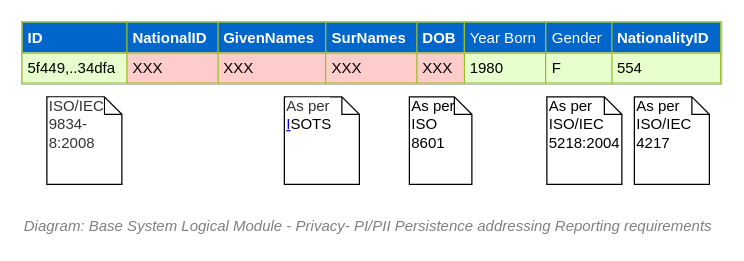
Before: 22.Privacy View/Privacy View - Databases - Encrypted Columns (PII).drawio in skysgh/System.Design.Resources.Service, a draw.io diagram. Source tidied: cells renumbered, new cells numbered last; positions are measured from the earlier drawing's top-left corner, leaving out a move shared by most shapes. Both pictures are drawn from the tidied source at 125%, with x=0, y=0 at pixel (21, 21).
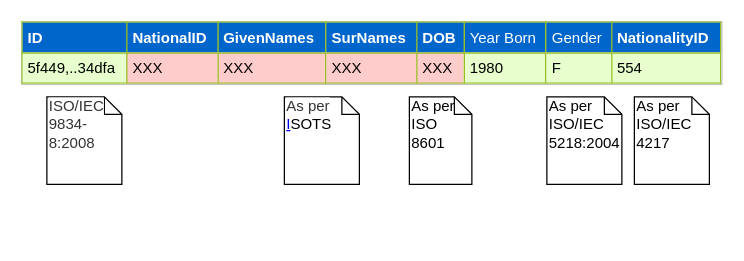
The same diagram, later.

Change to the diagram source:
```diff
@@
 <mxGraphModel>
   <root>
     <mxCell id="0" />
     <mxCell id="1" parent="0" />
     <mxCell id="2" value="&lt;table border=&quot;1&quot; width=&quot;100%&quot; cellpadding=&quot;4&quot; style=&quot;width: 100% ; height: 100% ; border-collapse: collapse&quot;&gt;&lt;tbody&gt;&lt;tr style=&quot;background-color: #a7c942 ; color: #ffffff ; border: 1px solid #98bf21&quot;&gt;&lt;th align=&quot;left&quot; style=&quot;background-color: rgb(0 , 102 , 204)&quot;&gt;ID&lt;/th&gt;&lt;td style=&quot;background-color: rgb(0 , 102 , 204)&quot;&gt;&lt;b&gt;NationalID&lt;/b&gt;&lt;/td&gt;&lt;th align=&quot;left&quot; style=&quot;background-color: rgb(0 , 102 , 204)&quot;&gt;GivenNames&lt;/th&gt;&lt;th align=&quot;left&quot; style=&quot;background-color: rgb(0 , 102 , 204)&quot;&gt;SurNames&lt;/th&gt;&lt;td style=&quot;background-color: rgb(0 , 102 , 204)&quot;&gt;&lt;b&gt;DOB&lt;/b&gt;&lt;/td&gt;&lt;td style=&quot;background-color: rgb(0 , 102 , 204)&quot;&gt;Year Born&lt;/td&gt;&lt;td style=&quot;background-color: rgb(0 , 102 , 204)&quot;&gt;Gender&lt;/td&gt;&lt;td style=&quot;background-color: rgb(0 , 102 , 204)&quot;&gt;&lt;b&gt;NationalityID&lt;/b&gt;&lt;/td&gt;&lt;/tr&gt;&lt;tr style=&quot;border: 1px solid #98bf21&quot;&gt;&lt;td style=&quot;background-color: rgb(230 , 255 , 204)&quot;&gt;5f449,..34dfa&lt;/td&gt;&lt;td style=&quot;background-color: rgb(255 , 204 , 204)&quot;&gt;XXX&lt;/td&gt;&lt;td style=&quot;background-color: rgb(255 , 204 , 204)&quot;&gt;XXX&lt;/td&gt;&lt;td style=&quot;background-color: rgb(255 , 204 , 204)&quot;&gt;XXX&lt;/td&gt;&lt;td style=&quot;background-color: rgb(255 , 204 , 204)&quot;&gt;XXX&lt;/td&gt;&lt;td style=&quot;background-color: rgb(230 , 255 , 204)&quot;&gt;1980&lt;/td&gt;&lt;td style=&quot;background-color: rgb(230 , 255 , 204)&quot;&gt;F&lt;/td&gt;&lt;td style=&quot;background-color: rgb(230 , 255 , 204)&quot;&gt;554&lt;/td&gt;&lt;/tr&gt;&lt;/tbody&gt;&lt;/table&gt;" style="text;html=1;strokeColor=#c0c0c0;fillColor=#ffffff;overflow=fill;rounded=0;" parent="1" vertex="1">
       <mxGeometry width="560" height="50" as="geometry" />
     </mxCell>
     <mxCell id="3" value="As per ISO/IEC 5218:2004" style="shape=note;whiteSpace=wrap;html=1;size=14;verticalAlign=top;align=left;spacingTop=-6;fillColor=none;" parent="1" vertex="1">
       <mxGeometry x="420" y="60" width="60" height="70" as="geometry" />
     </mxCell>
     <mxCell id="4" value="As per ISO/IEC&amp;nbsp;&lt;br&gt;4217&amp;nbsp;" style="shape=note;whiteSpace=wrap;html=1;size=14;verticalAlign=top;align=left;spacingTop=-6;fillColor=none;" parent="1" vertex="1">
       <mxGeometry x="490" y="60" width="60" height="70" as="geometry" />
     </mxCell>
     <mxCell id="5" value="As per ISO&lt;br&gt;8601" style="shape=note;whiteSpace=wrap;html=1;size=14;verticalAlign=top;align=left;spacingTop=-6;fillColor=none;" parent="1" vertex="1">
       <mxGeometry x="310" y="60" width="50" height="70" as="geometry" />
     </mxCell>
     <mxCell id="6" value="&lt;span style=&quot;color: rgb(51 , 51 , 51) ; background-color: rgb(255 , 255 , 255)&quot;&gt;&lt;font style=&quot;font-size: 12px&quot;&gt;ISO/IEC 9834-8:2008&lt;/font&gt;&lt;/span&gt;" style="shape=note;whiteSpace=wrap;html=1;size=14;verticalAlign=top;align=left;spacingTop=-6;fillColor=none;" parent="1" vertex="1">
       <mxGeometry x="20" y="60" width="60" height="70" as="geometry" />
     </mxCell>
     <mxCell id="7" value="&lt;span style=&quot;color: rgb(51 , 51 , 51) ; background-color: rgb(255 , 255 , 255)&quot;&gt;&lt;font style=&quot;font-size: 12px&quot;&gt;As per&lt;br&gt;&lt;/font&gt;&lt;/span&gt;&lt;a href=&quot;https://www.iso.org/schema/isosts/&quot;&gt;I&lt;/a&gt;SOTS&lt;span style=&quot;color: rgb(51 , 51 , 51) ; background-color: rgb(255 , 255 , 255)&quot;&gt;&lt;font style=&quot;font-size: 12px&quot;&gt;&lt;br&gt;&lt;/font&gt;&lt;/span&gt;" style="shape=note;whiteSpace=wrap;html=1;size=14;verticalAlign=top;align=left;spacingTop=-6;fillColor=none;" parent="1" vertex="1">
       <mxGeometry x="210" y="60" width="60" height="70" as="geometry" />
     </mxCell>
-    <mxCell id="8" parent="0" />
-    <mxCell id="9" value="&lt;font style=&quot;font-size: 12px&quot;&gt;&lt;span style=&quot;font-size: 12px&quot;&gt;Diagram: Base System Logical Module -&amp;nbsp;&lt;/span&gt;Privacy- PI/PII Persistence addressing Reporting requirements&lt;/font&gt;" style="text;strokeColor=none;fillColor=none;html=1;fontSize=24;fontStyle=2;verticalAlign=middle;align=left;shadow=0;glass=0;comic=0;opacity=30;fontColor=#808080;" parent="8" vertex="1">
-      <mxGeometry y="150" width="520" height="20" as="geometry" />
-    </mxCell>
     <mxCell id="10" parent="0" />
   </root>
 </mxGraphModel>
```
